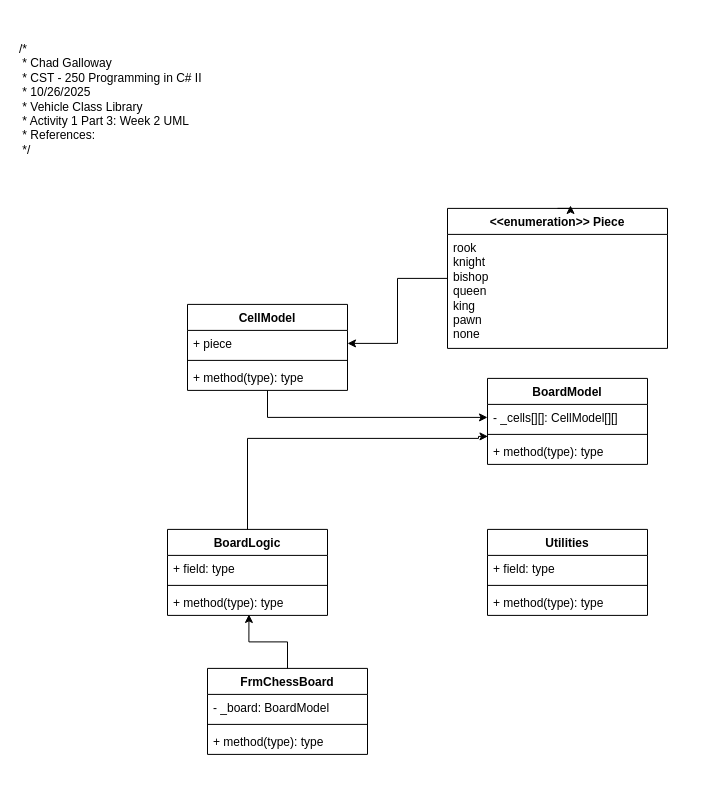
Before: Activity 1/Pictures/Activity1_Part3_UML.drawio in CGalloway3/CST-250-Projects, a draw.io diagram. Source tidied: cells renumbered, new cells numbered last; positions are measured from the earlier drawing's top-left corner, leaving out a move shared by most shapes. Both pictures are drawn from the tidied source at 100%, with x=0, y=0 at pixel (17, 35).
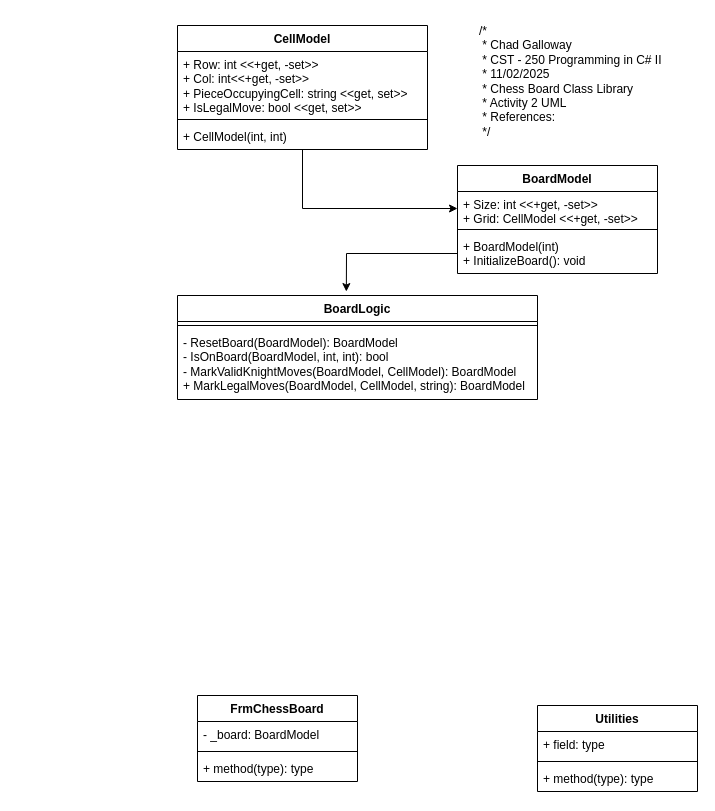
The same page after the edit.

Diff of the diagram source:
```diff
@@
     <mxCell id="3" value="CellModel" style="swimlane;fontStyle=1;align=center;verticalAlign=top;horizontal=1;startSize=26;whiteSpace=wrap;html=1;" parent="1" vertex="1">
-      <mxGeometry x="170" y="268.9" width="160" height="86" as="geometry" />
+      <mxGeometry x="160" y="-10" width="250" height="124" as="geometry" />
     </mxCell>
-    <mxCell id="4" value="+ piece" style="text;strokeColor=none;fillColor=none;align=left;verticalAlign=top;spacingLeft=4;spacingRight=4;overflow=hidden;points=[[0,0.5],[1,0.5]];portConstraint=eastwest;whiteSpace=wrap;html=1;" parent="3" vertex="1">
-      <mxGeometry y="26" width="160" height="26" as="geometry" />
+    <mxCell id="4" value="+ Row: int &amp;lt;&amp;lt;+get, -set&amp;gt;&amp;gt;&lt;div&gt;+ Col: int&amp;lt;&amp;lt;+get, -set&amp;gt;&amp;gt;&lt;/div&gt;&lt;div&gt;+ PieceOccupyingCell: string &amp;lt;&amp;lt;get, set&amp;gt;&amp;gt;&lt;/div&gt;&lt;div&gt;+ IsLegalMove: bool &amp;lt;&amp;lt;get, set&amp;gt;&amp;gt;&lt;/div&gt;" style="text;strokeColor=none;fillColor=none;align=left;verticalAlign=top;spacingLeft=4;spacingRight=4;overflow=hidden;points=[[0,0.5],[1,0.5]];portConstraint=eastwest;whiteSpace=wrap;html=1;" parent="3" vertex="1">
+      <mxGeometry y="26" width="250" height="64" as="geometry" />
     </mxCell>
     <mxCell id="5" style="line;strokeWidth=1;fillColor=none;align=left;verticalAlign=middle;spacingTop=-1;spacingLeft=3;spacingRight=3;labelPosition=right;strokeColor=inherit;" parent="3" vertex="1">
-      <mxGeometry y="52" width="160" height="8" as="geometry" />
+      <mxGeometry y="90" width="250" height="8" as="geometry" />
     </mxCell>
-    <mxCell id="6" value="+ method(type): type" style="text;strokeColor=none;fillColor=none;align=left;verticalAlign=top;spacingLeft=4;spacingRight=4;overflow=hidden;whiteSpace=wrap;html=1;" parent="3" vertex="1">
-      <mxGeometry y="60" width="160" height="26" as="geometry" />
+    <mxCell id="6" value="+ CellModel(int, int)" style="text;strokeColor=none;fillColor=none;align=left;verticalAlign=top;spacingLeft=4;spacingRight=4;overflow=hidden;whiteSpace=wrap;html=1;" parent="3" vertex="1">
+      <mxGeometry y="98" width="250" height="26" as="geometry" />
     </mxCell>
     <mxCell id="7" value="BoardModel" style="swimlane;fontStyle=1;align=center;verticalAlign=top;horizontal=1;startSize=26;whiteSpace=wrap;html=1;" parent="1" vertex="1">
-      <mxGeometry x="470" y="342.9" width="160" height="86" as="geometry" />
+      <mxGeometry x="440" y="130" width="200" height="108" as="geometry" />
     </mxCell>
-    <mxCell id="8" value="- _cells[][]: CellModel[][]" style="text;strokeColor=none;fillColor=none;align=left;verticalAlign=top;spacingLeft=4;spacingRight=4;overflow=hidden;points=[[0,0.5],[1,0.5]];portConstraint=eastwest;whiteSpace=wrap;html=1;" parent="7" vertex="1">
-      <mxGeometry y="26" width="160" height="26" as="geometry" />
+    <mxCell id="8" value="+ Size: int &amp;lt;&amp;lt;+get, -set&amp;gt;&amp;gt;&lt;div&gt;+ Grid: CellModel &amp;lt;&amp;lt;+get, -set&amp;gt;&amp;gt;&lt;/div&gt;" style="text;strokeColor=none;fillColor=none;align=left;verticalAlign=top;spacingLeft=4;spacingRight=4;overflow=hidden;points=[[0,0.5],[1,0.5]];portConstraint=eastwest;whiteSpace=wrap;html=1;" parent="7" vertex="1">
+      <mxGeometry y="26" width="200" height="34" as="geometry" />
     </mxCell>
     <mxCell id="9" style="line;strokeWidth=1;fillColor=none;align=left;verticalAlign=middle;spacingTop=-1;spacingLeft=3;spacingRight=3;labelPosition=right;strokeColor=inherit;" parent="7" vertex="1">
-      <mxGeometry y="52" width="160" height="8" as="geometry" />
+      <mxGeometry y="60" width="200" height="8" as="geometry" />
     </mxCell>
-    <mxCell id="10" value="+ method(type): type" style="text;strokeColor=none;fillColor=none;align=left;verticalAlign=top;spacingLeft=4;spacingRight=4;overflow=hidden;points=[[0,0.5],[1,0.5]];portConstraint=eastwest;whiteSpace=wrap;html=1;" parent="7" vertex="1">
-      <mxGeometry y="60" width="160" height="26" as="geometry" />
+    <mxCell id="10" value="+ BoardModel(int)&lt;div&gt;+ InitializeBoard(): void&lt;/div&gt;" style="text;strokeColor=none;fillColor=none;align=left;verticalAlign=top;spacingLeft=4;spacingRight=4;overflow=hidden;points=[[0,0.5],[1,0.5]];portConstraint=eastwest;whiteSpace=wrap;html=1;" parent="7" vertex="1">
+      <mxGeometry y="68" width="200" height="40" as="geometry" />
     </mxCell>
     <mxCell id="11" value="BoardLogic" style="swimlane;fontStyle=1;align=center;verticalAlign=top;horizontal=1;startSize=26;whiteSpace=wrap;html=1;" parent="1" vertex="1">
-      <mxGeometry x="150" y="493.9" width="160" height="86" as="geometry" />
+      <mxGeometry x="160" y="260" width="360" height="104" as="geometry" />
     </mxCell>
-    <mxCell id="12" value="+ field: type" style="text;strokeColor=none;fillColor=none;align=left;verticalAlign=top;spacingLeft=4;spacingRight=4;overflow=hidden;whiteSpace=wrap;html=1;" parent="11" vertex="1">
-      <mxGeometry y="26" width="160" height="26" as="geometry" />
-    </mxCell>
     <mxCell id="13" style="line;strokeWidth=1;fillColor=none;align=left;verticalAlign=middle;spacingTop=-1;spacingLeft=3;spacingRight=3;labelPosition=right;strokeColor=inherit;" parent="11" vertex="1">
-      <mxGeometry y="52" width="160" height="8" as="geometry" />
+      <mxGeometry y="26" width="360" height="8" as="geometry" />
     </mxCell>
-    <mxCell id="14" value="+ method(type): type" style="text;strokeColor=none;fillColor=none;align=left;verticalAlign=top;spacingLeft=4;spacingRight=4;overflow=hidden;points=[[0,0.5],[1,0.5]];portConstraint=eastwest;whiteSpace=wrap;html=1;" parent="11" vertex="1">
-      <mxGeometry y="60" width="160" height="26" as="geometry" />
+    <mxCell id="14" value="- ResetBoard(BoardModel): BoardModel&lt;div&gt;- IsOnBoard(BoardModel, int, int): bool&lt;/div&gt;&lt;div&gt;- MarkValidKnightMoves(BoardModel, CellModel): BoardModel&lt;/div&gt;&lt;div&gt;+ MarkLegalMoves(BoardModel, CellModel, string): BoardModel&lt;/div&gt;&lt;div&gt;&lt;br&gt;&lt;/div&gt;" style="text;strokeColor=none;fillColor=none;align=left;verticalAlign=top;spacingLeft=4;spacingRight=4;overflow=hidden;points=[[0,0.5],[1,0.5]];portConstraint=eastwest;whiteSpace=wrap;html=1;" parent="11" vertex="1">
+      <mxGeometry y="34" width="360" height="70" as="geometry" />
     </mxCell>
     <mxCell id="15" value="Utilities" style="swimlane;fontStyle=1;align=center;verticalAlign=top;horizontal=1;startSize=26;whiteSpace=wrap;html=1;" parent="1" vertex="1">
-      <mxGeometry x="470" y="493.9" width="160" height="86" as="geometry" />
+      <mxGeometry x="520" y="670" width="160" height="86" as="geometry" />
     </mxCell>
@@
     <mxCell id="19" value="FrmChessBoard" style="swimlane;fontStyle=1;align=center;verticalAlign=top;horizontal=1;startSize=26;whiteSpace=wrap;html=1;" parent="1" vertex="1">
-      <mxGeometry x="190" y="632.9" width="160" height="86" as="geometry" />
+      <mxGeometry x="180" y="660" width="160" height="86" as="geometry" />
     </mxCell>
@@
-    <mxCell id="23" style="edgeStyle=orthogonalEdgeStyle;rounded=0;jettySize=auto;html=1;entryX=1;entryY=0.5;entryDx=0;entryDy=0;" parent="1" edge="1" source="24" target="4">
-      <mxGeometry relative="1" as="geometry" />
-    </mxCell>
-    <mxCell id="24" value="&lt;div&gt;&amp;lt;&amp;lt;enumeration&amp;gt;&amp;gt;&amp;nbsp;&lt;span style=&quot;background-color: transparent; color: light-dark(rgb(0, 0, 0), rgb(255, 255, 255));&quot;&gt;Piece&lt;/span&gt;&lt;/div&gt;" style="swimlane;fontStyle=1;align=center;verticalAlign=top;horizontal=1;startSize=26;whiteSpace=wrap;html=1;" parent="1" vertex="1">
-      <mxGeometry x="430" y="172.9" width="220" height="140" as="geometry" />
-    </mxCell>
-    <mxCell id="25" value="rook&lt;div&gt;knight&lt;/div&gt;&lt;div&gt;bishop&lt;/div&gt;&lt;div&gt;queen&lt;/div&gt;&lt;div&gt;king&lt;/div&gt;&lt;div&gt;pawn&lt;/div&gt;&lt;div&gt;none&lt;/div&gt;" style="text;strokeColor=none;fillColor=none;align=left;verticalAlign=top;spacingLeft=4;spacingRight=4;overflow=hidden;whiteSpace=wrap;html=1;" parent="24" vertex="1">
-      <mxGeometry y="26" width="220" height="114" as="geometry" />
-    </mxCell>
-    <mxCell id="26" style="edgeStyle=orthogonalEdgeStyle;rounded=0;orthogonalLoop=1;jettySize=auto;html=1;exitX=0.5;exitY=0;exitDx=0;exitDy=0;entryX=0.559;entryY=-0.021;entryDx=0;entryDy=0;entryPerimeter=0;" parent="1" edge="1" source="24" target="24">
-      <mxGeometry relative="1" as="geometry" />
-    </mxCell>
-    <mxCell id="27" style="edgeStyle=orthogonalEdgeStyle;rounded=0;jettySize=auto;html=1;exitX=0.5;exitY=0;exitDx=0;exitDy=0;entryX=0.003;entryY=-0.077;entryDx=0;entryDy=0;entryPerimeter=0;" parent="1" edge="1" source="11" target="10">
-      <mxGeometry relative="1" as="geometry">
-        <Array as="points">
-          <mxPoint x="230" y="402.9" />
-          <mxPoint x="461" y="402.9" />
-        </Array>
-      </mxGeometry>
-    </mxCell>
-    <mxCell id="28" style="edgeStyle=orthogonalEdgeStyle;rounded=0;jettySize=auto;html=1;exitX=0.5;exitY=0;exitDx=0;exitDy=0;entryX=0.509;entryY=0.964;entryDx=0;entryDy=0;entryPerimeter=0;" parent="1" edge="1" source="19" target="14">
-      <mxGeometry relative="1" as="geometry" />
-    </mxCell>
-    <mxCell id="29" value="/*&#10; * Chad Galloway&#10; * CST - 250 Programming in C# II&#10; * 10/26/2025&#10; * Vehicle Class Library&#10; * Activity 1 Part 3: Week 2 UML&#10; * References:&#10; */" style="text;whiteSpace=wrap;" parent="1" vertex="1">
-      <mxGeometry width="220" height="140" as="geometry" />
+    <mxCell id="29" value="/*&#10; * Chad Galloway&#10; * CST - 250 Programming in C# II&#10; * 11/02/2025&#10; * Chess Board Class Library&#10; * Activity 2 UML&#10; * References:&#10; */" style="text;whiteSpace=wrap;" parent="1" vertex="1">
+      <mxGeometry x="460" y="-18" width="220" height="140" as="geometry" />
     </mxCell>
+    <mxCell id="30" style="endArrow=classic;html=1;rounded=0;entryX=0.469;entryY=-0.038;entryDx=0;entryDy=0;entryPerimeter=0;" parent="1" edge="1" source="10" target="11">
+      <mxGeometry relative="1" as="geometry">
+        <Array as="points">
+          <mxPoint x="329" y="218" />
+        </Array>
+      </mxGeometry>
+    </mxCell>
```
